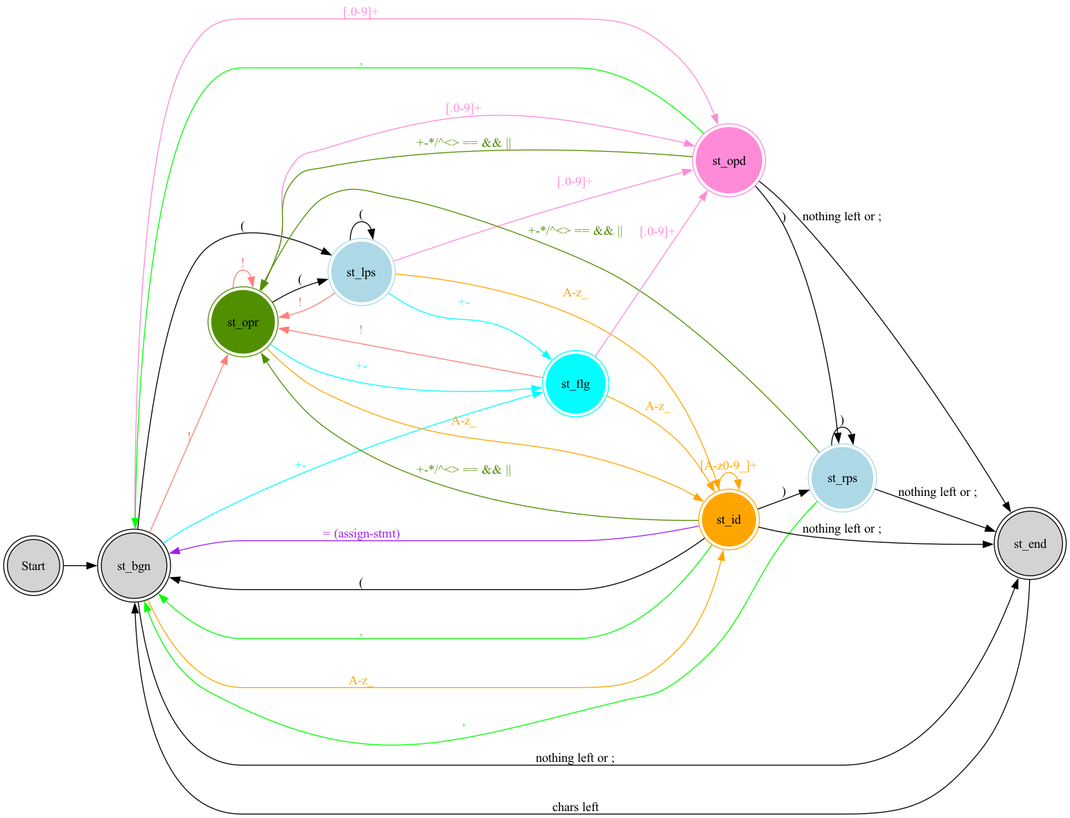
This is state_transition.png from jacoolee/calc, a Graphviz export, as it was before one commit. Its source is kept beside it as state_transition.dot.
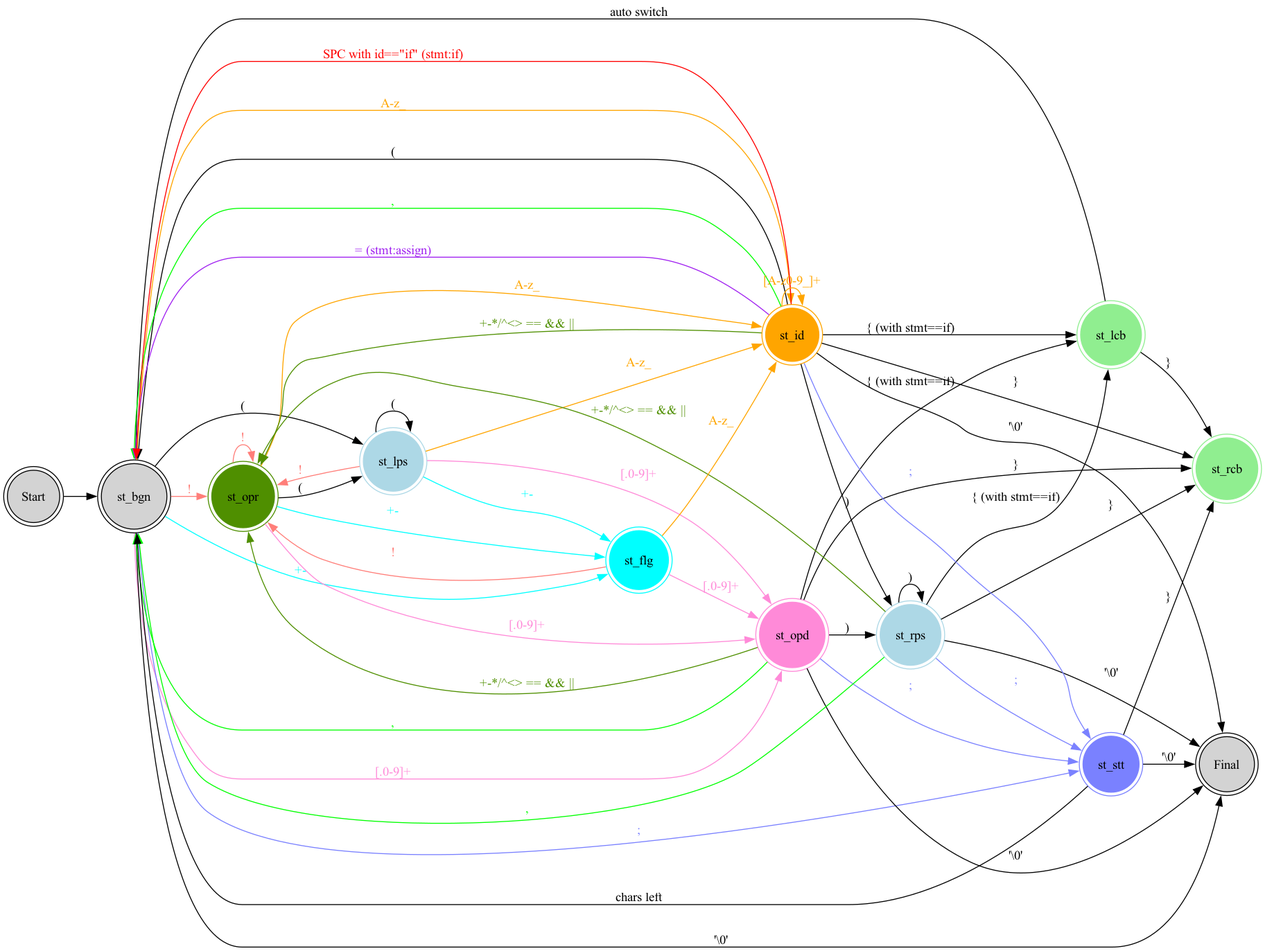
The same diagram one commit later.

Commit message:
store: #block.

What changed in the source:
```diff
@@ -1,18 +1,18 @@
 digraph G {
-
     rankdir=LR;
-
     {
-
         st_start [shape=circle,peripheries=2,style=filled, label="Start"]
         st_bgn [shape=circle,peripheries=2,style=filled,label="st_bgn"]
         st_opr [shape=circle,peripheries=2,color="#4f8f00",style=filled,label="st_opr"]
         st_opd [shape=circle,peripheries=2,color="#ff8ad8",style=filled,label="st_opd"]
         st_lps [shape=circle,peripheries=2,color="lightblue",style=filled,label="st_lps"]
         st_rps [shape=circle,peripheries=2,color="lightblue",style=filled,label="st_rps"]
+        st_lcb [shape=circle,peripheries=2,color="lightgreen",style=filled,label="st_lcb"]
+        st_rcb [shape=circle,peripheries=2,color="lightgreen",style=filled,label="st_rcb"]
         st_flg [shape=circle,peripheries=2,color="cyan",style=filled,label="st_flg"]
         st_id  [shape=circle,peripheries=2,color="orange",style=filled,label="st_id"]
-        st_end [shape=circle,peripheries=2,style=filled,label="st_end"]
+        st_stt [shape=circle,peripheries=2,color="#7a81ff",style=filled,label="st_stt"] // statement terminal
+        st_fin [shape=circle,peripheries=2,style=filled,label="Final"]
 
         st_start -> st_bgn;
 
@@ -20,13 +20,17 @@
         st_bgn -> st_lps[label="("];
         st_bgn -> st_flg[label="+-",color="cyan",fontcolor="cyan"];
         st_bgn -> st_id[label="A-z_", color="orange", fontcolor="orange"];
-        st_bgn -> st_end[label="nothing left or ;"];
         st_bgn -> st_opr[label="!",color="#ff7e79",fontcolor="#ff7e79"];
+        st_bgn -> st_stt[label=";",color="#7a81ff",fontcolor="#7a81ff"];
+        st_bgn -> st_fin[label="'\\0'"];
 
         st_opd -> st_opr[label="+-*/^<> == && ||", color="#4f8f00", fontcolor="#4f8f00"];
         st_opd -> st_rps[label=")"];
         st_opd -> st_bgn[label=",", color="green", fontcolor="green"];
-        st_opd -> st_end[label="nothing left or ;"];
+        st_opd -> st_lcb[label="{ (with stmt==if)"];
+        st_opd -> st_rcb[label="}"];
+        st_opd -> st_stt[label=";",color="#7a81ff",fontcolor="#7a81ff"];
+        st_opd -> st_fin[label="'\\0'"];
 
         st_opr -> st_opd[label="[.0-9]+", color="#ff8ad8", fontcolor="#ff8ad8"];
         st_opr -> st_lps[label="("];
@@ -43,7 +47,10 @@
         st_rps -> st_opr[label="+-*/^<> == && ||", color="#4f8f00", fontcolor="#4f8f00"];
         st_rps -> st_rps[label=")"];
         st_rps -> st_bgn[label=",", color="green", fontcolor="green"];
-        st_rps -> st_end[label="nothing left or ;"];
+        st_rps -> st_lcb[label="{ (with stmt==if)"];
+        st_rps -> st_rcb[label="}"];
+        st_rps -> st_stt[label=";",color="#7a81ff",fontcolor="#7a81ff"];
+        st_rps -> st_fin[label="'\\0'"];
 
         st_flg -> st_opd[label="[.0-9]+", color="#ff8ad8", fontcolor="#ff8ad8"];
         st_flg -> st_id[label="A-z_", color="orange", fontcolor="orange"];
@@ -54,9 +61,18 @@
         st_id -> st_opr[label="+-*/^<> == && ||", color="#4f8f00", fontcolor="#4f8f00"];
         st_id -> st_rps[label=")"];
         st_id -> st_bgn[label=",", color="green", fontcolor="green"];
-        st_id -> st_end[label="nothing left or ;"];
-        st_id -> st_bgn[label="= (assign-stmt)", color="purple", fontcolor="purple"];
+        st_id -> st_bgn[label="= (stmt:assign)", color="purple", fontcolor="purple"];
+        st_id -> st_bgn[label="SPC with id==\"if\" (stmt:if)", color="red", fontcolor="red"];
+        st_id -> st_lcb[label="{ (with stmt==if)"];
+        st_id -> st_rcb[label="}"];
+        st_id -> st_stt[label=";",color="#7a81ff",fontcolor="#7a81ff"];
+        st_id -> st_fin[label="'\\0'"];
 
-        st_end -> st_bgn[label="chars left"];
+        st_lcb -> st_bgn[label="auto switch"];
+        st_lcb -> st_rcb[label="}"];
+
+        st_stt -> st_bgn[label="chars left"];
+        st_stt -> st_rcb[label="}"];
+        st_stt -> st_fin[label="'\\0'"];
     }
 }
```
